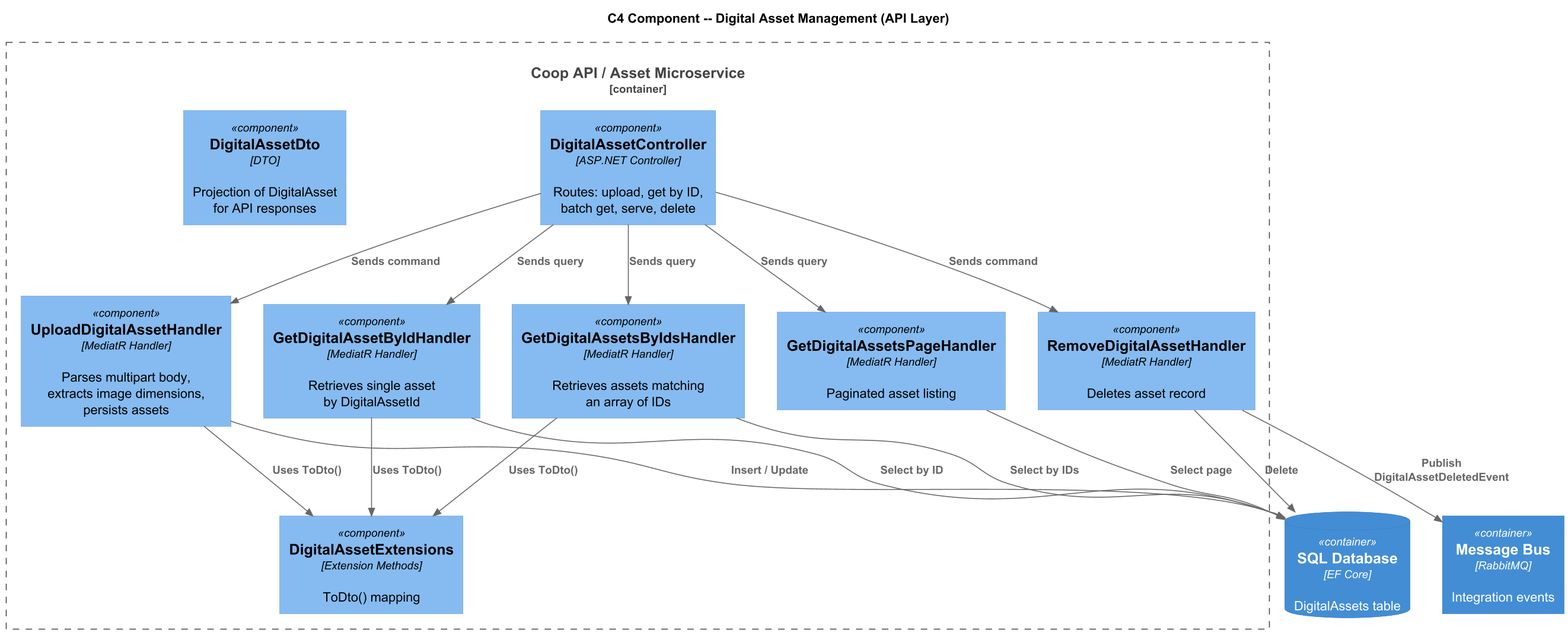
This is docs/detailed-designs/08-digital-asset-management/c4-component.png from QuinntyneBrown/Coop, a PlantUML export, as it was before one commit.
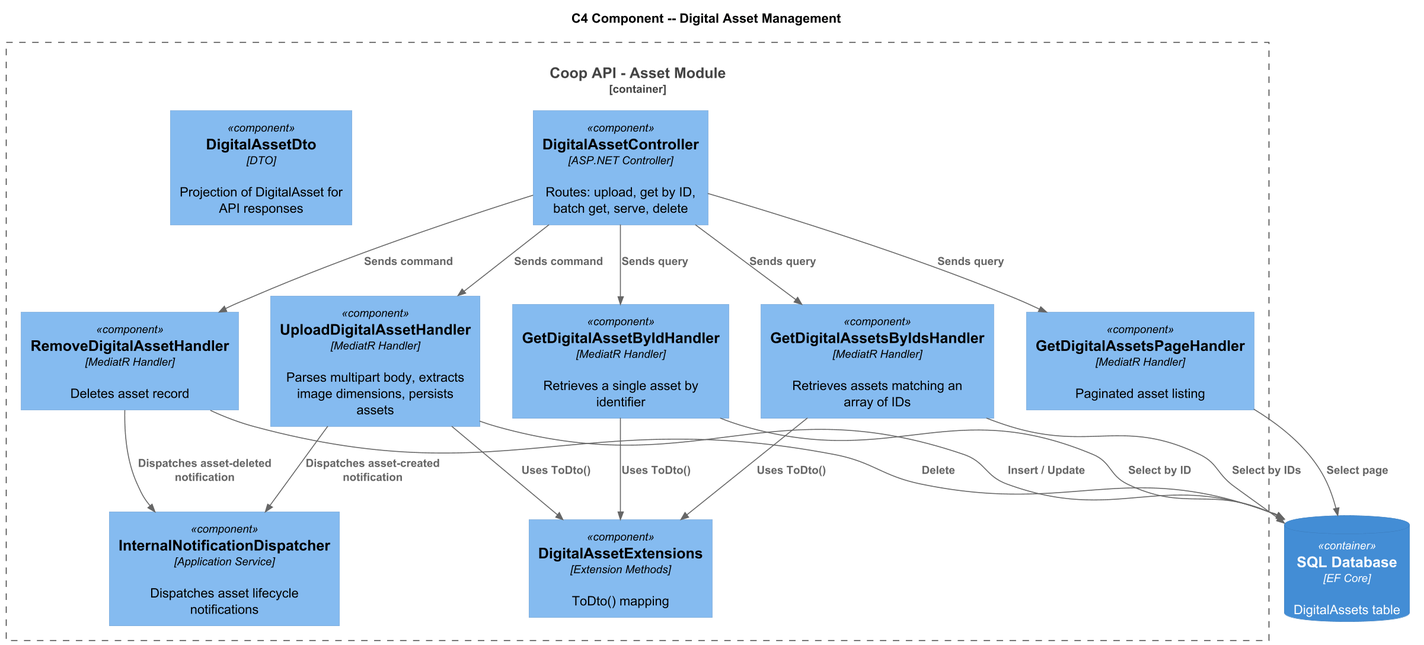
Later version of the same file.

What changed in the source:
```diff
@@ -4,28 +4,21 @@
 skinparam dpi 150
 skinparam pageMargin 10
 
-title C4 Component -- Digital Asset Management (API Layer)
+title C4 Component -- Digital Asset Management
 
-Container_Boundary(api, "Coop API / Asset Microservice") {
-  Component(ctrl, "DigitalAssetController", "ASP.NET Controller", "Routes: upload, get by ID,\nbatch get, serve, delete")
-
-  Component(uploadHandler, "UploadDigitalAssetHandler", "MediatR Handler", "Parses multipart body,\nextracts image dimensions,\npersists assets")
-
-  Component(getByIdHandler, "GetDigitalAssetByIdHandler", "MediatR Handler", "Retrieves single asset\nby DigitalAssetId")
-
-  Component(batchHandler, "GetDigitalAssetsByIdsHandler", "MediatR Handler", "Retrieves assets matching\nan array of IDs")
-
+Container_Boundary(api, "Coop API - Asset Module") {
+  Component(ctrl, "DigitalAssetController", "ASP.NET Controller", "Routes: upload, get by ID, batch get, serve, delete")
+  Component(uploadHandler, "UploadDigitalAssetHandler", "MediatR Handler", "Parses multipart body, extracts image dimensions, persists assets")
+  Component(getByIdHandler, "GetDigitalAssetByIdHandler", "MediatR Handler", "Retrieves a single asset by identifier")
+  Component(batchHandler, "GetDigitalAssetsByIdsHandler", "MediatR Handler", "Retrieves assets matching an array of IDs")
   Component(pageHandler, "GetDigitalAssetsPageHandler", "MediatR Handler", "Paginated asset listing")
-
   Component(removeHandler, "RemoveDigitalAssetHandler", "MediatR Handler", "Deletes asset record")
-
-  Component(dto, "DigitalAssetDto", "DTO", "Projection of DigitalAsset\nfor API responses")
-
+  Component(dispatcher, "InternalNotificationDispatcher", "Application Service", "Dispatches asset lifecycle notifications")
+  Component(dto, "DigitalAssetDto", "DTO", "Projection of DigitalAsset for API responses")
   Component(ext, "DigitalAssetExtensions", "Extension Methods", "ToDto() mapping")
 }
 
 ContainerDb(db, "SQL Database", "EF Core", "DigitalAssets table")
-Container(bus, "Message Bus", "RabbitMQ", "Integration events")
 
 Rel(ctrl, uploadHandler, "Sends command")
 Rel(ctrl, getByIdHandler, "Sends query")
@@ -38,7 +31,8 @@
 Rel(batchHandler, db, "Select by IDs")
 Rel(pageHandler, db, "Select page")
 Rel(removeHandler, db, "Delete")
-Rel(removeHandler, bus, "Publish\nDigitalAssetDeletedEvent")
+Rel(uploadHandler, dispatcher, "Dispatches asset-created notification")
+Rel(removeHandler, dispatcher, "Dispatches asset-deleted notification")
 
 Rel(uploadHandler, ext, "Uses ToDto()")
 Rel(getByIdHandler, ext, "Uses ToDto()")
```
